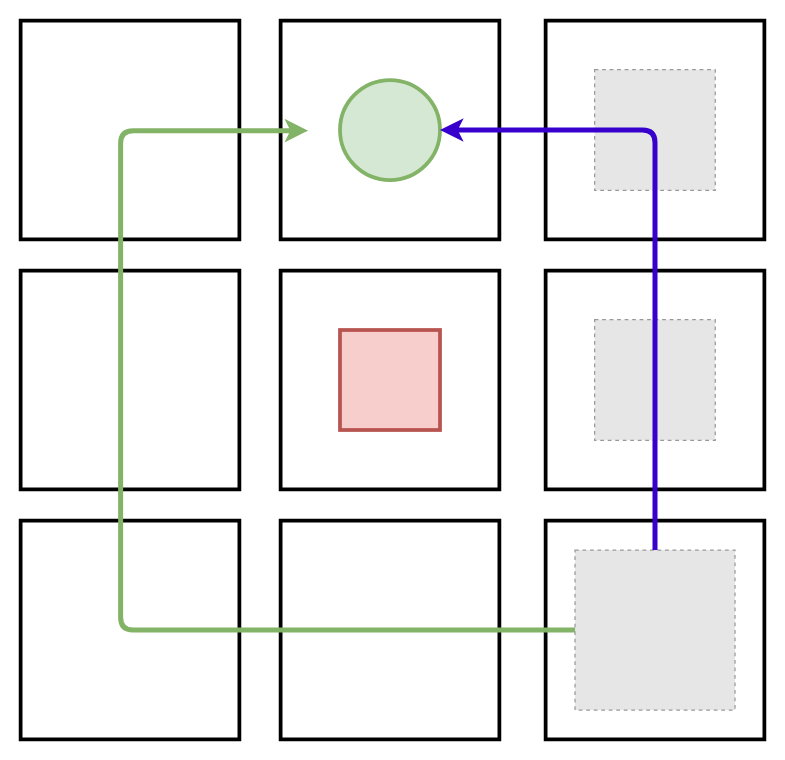
Above: wumpus-world.drawio in deliastephens/cog-rob-trust (draw.io), before the change. Source tidied: cells renumbered, new cells numbered last; positions are measured from the earlier drawing's top-left corner, leaving out a move shared by most shapes. Both pictures are drawn from the tidied source at 125%, with x=0, y=0 at pixel (20, 20). Pictures stored in the file or linked from it are replaced by grey dashed boxes.
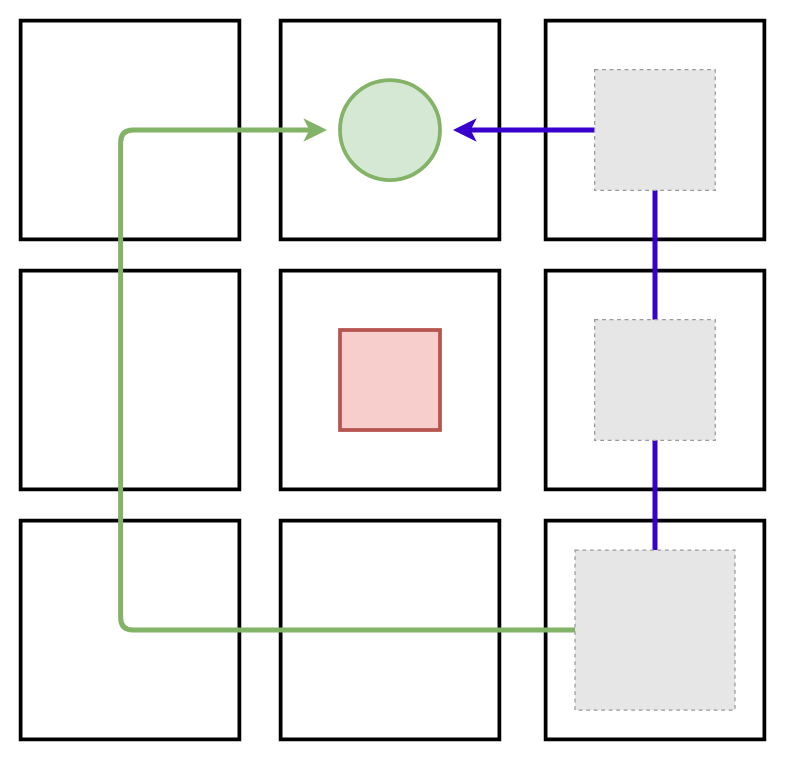
After the change.

The change refers to these unchanged cells:
```xml
<mxCell id="12" style="fillColor=#E6E6E6;strokeColor=#999999;dashed=1;html=1;verticalAlign=top;verticalLabelPosition=bottom;labelBackgroundColor=#ffffff;" parent="1" vertex="1">
  <mxGeometry x="443.5" y="423.5" width="128" height="128" as="geometry" />
</mxCell>
<mxCell id="13" style="ellipse;whiteSpace=wrap;html=1;strokeWidth=3;fillColor=#d5e8d4;strokeColor=#82b366;" parent="1" vertex="1">
  <mxGeometry x="255.5" y="47.5" width="80" height="80" as="geometry" />
</mxCell>
```

The edit, as a diff of the source:
```diff
@@
-    <mxCell id="11" style="edgeStyle=orthogonalEdgeStyle;rounded=1;jettySize=auto;html=1;exitX=0;exitY=0.5;exitDx=0;exitDy=0;fillColor=#d5e8d4;strokeColor=#82b366;strokeWidth=4;jumpStyle=none;jumpSize=5;sourcePerimeterSpacing=0;targetPerimeterSpacing=-1;" parent="1" edge="1" source="12">
+    <mxCell id="11" style="edgeStyle=orthogonalEdgeStyle;rounded=1;jettySize=auto;html=1;exitX=0;exitY=0.5;exitDx=0;exitDy=0;fillColor=#d5e8d4;strokeColor=#82b366;strokeWidth=4;jumpStyle=none;jumpSize=5;sourcePerimeterSpacing=0;targetPerimeterSpacing=-1;entryX=0;entryY=0.5;entryDx=0;entryDy=0;" parent="1" edge="1" source="12" target="19">
       <mxGeometry relative="1" as="geometry">
-        <mxPoint x="230" y="88" as="targetPoint" />
         <Array as="points">
           <mxPoint x="80" y="488" />
           <mxPoint x="80" y="88" />
         </Array>
       </mxGeometry>
     </mxCell>
+    <mxCell id="18" style="edgeStyle=orthogonalEdgeStyle;rounded=1;jumpStyle=none;jumpSize=5;jettySize=auto;html=1;exitX=0.5;exitY=0;exitDx=0;exitDy=0;entryX=1;entryY=0.5;entryDx=0;entryDy=0;sourcePerimeterSpacing=0;targetPerimeterSpacing=-1;strokeWidth=4;fillColor=#6a00ff;strokeColor=#3700CC;" parent="1" edge="1" source="12" target="19">
+      <mxGeometry relative="1" as="geometry" />
+    </mxCell>
@@
-    <mxCell id="17" style="edgeStyle=orthogonalEdgeStyle;rounded=1;jumpStyle=none;jumpSize=5;jettySize=auto;html=1;exitX=0.5;exitY=0;exitDx=0;exitDy=0;entryX=1;entryY=0.5;entryDx=0;entryDy=0;sourcePerimeterSpacing=0;targetPerimeterSpacing=-1;strokeWidth=4;fillColor=#6a00ff;strokeColor=#3700CC;" parent="1" edge="1" source="12" target="13">
-      <mxGeometry relative="1" as="geometry" />
-    </mxCell>
+    <mxCell id="19" style="ellipse;whiteSpace=wrap;html=1;strokeWidth=3;opacity=60;strokeColor=none;fillColor=none;" parent="1" vertex="1">
+      <mxGeometry x="245.1" y="37.1" width="100.8" height="100.8" as="geometry" />
+    </mxCell>
```
